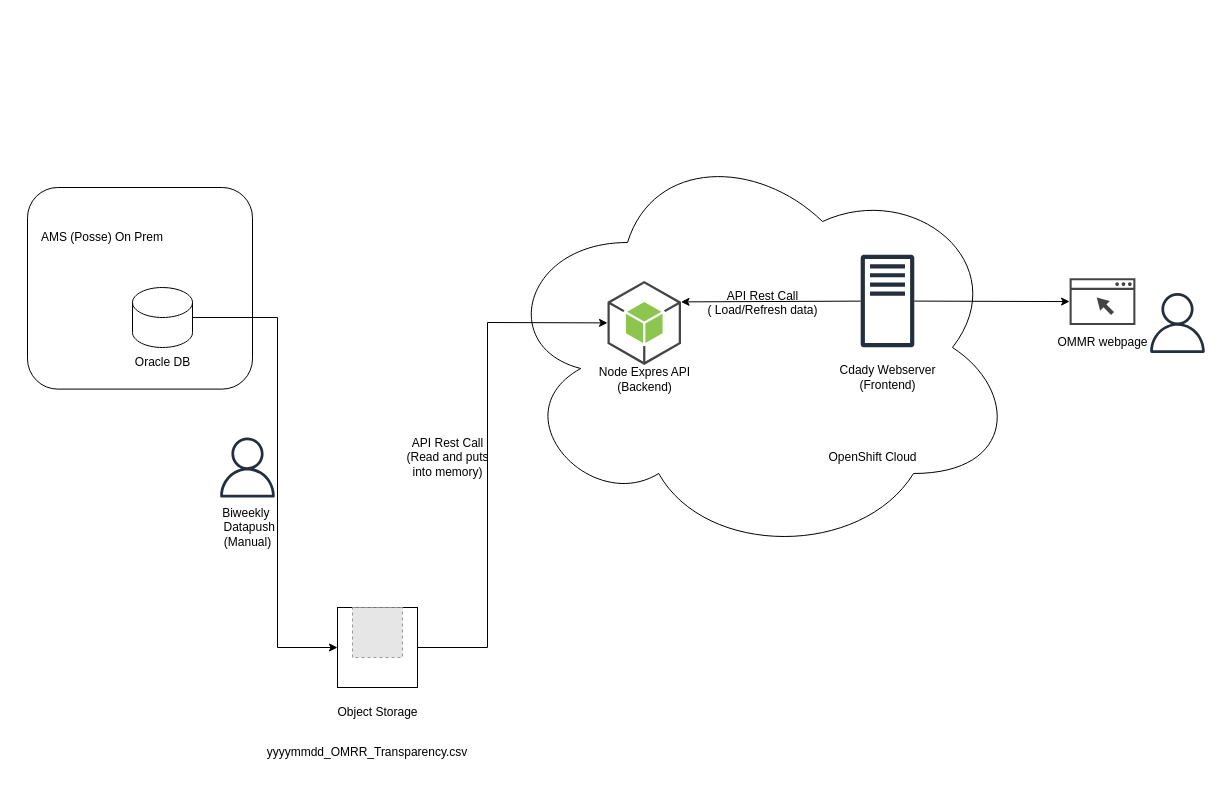
The draw.io diagram .diagrams/architecture/omrr.drawio in bcgov/nr-epd-organics-info, before the edit. Source tidied: cells renumbered, new cells numbered last; positions are measured from the earlier drawing's top-left corner, leaving out a move shared by most shapes. Both pictures are drawn from the tidied source at 100%, with x=0, y=0 at pixel (17, 137). Pictures stored in the file or linked from it are replaced by grey dashed boxes.
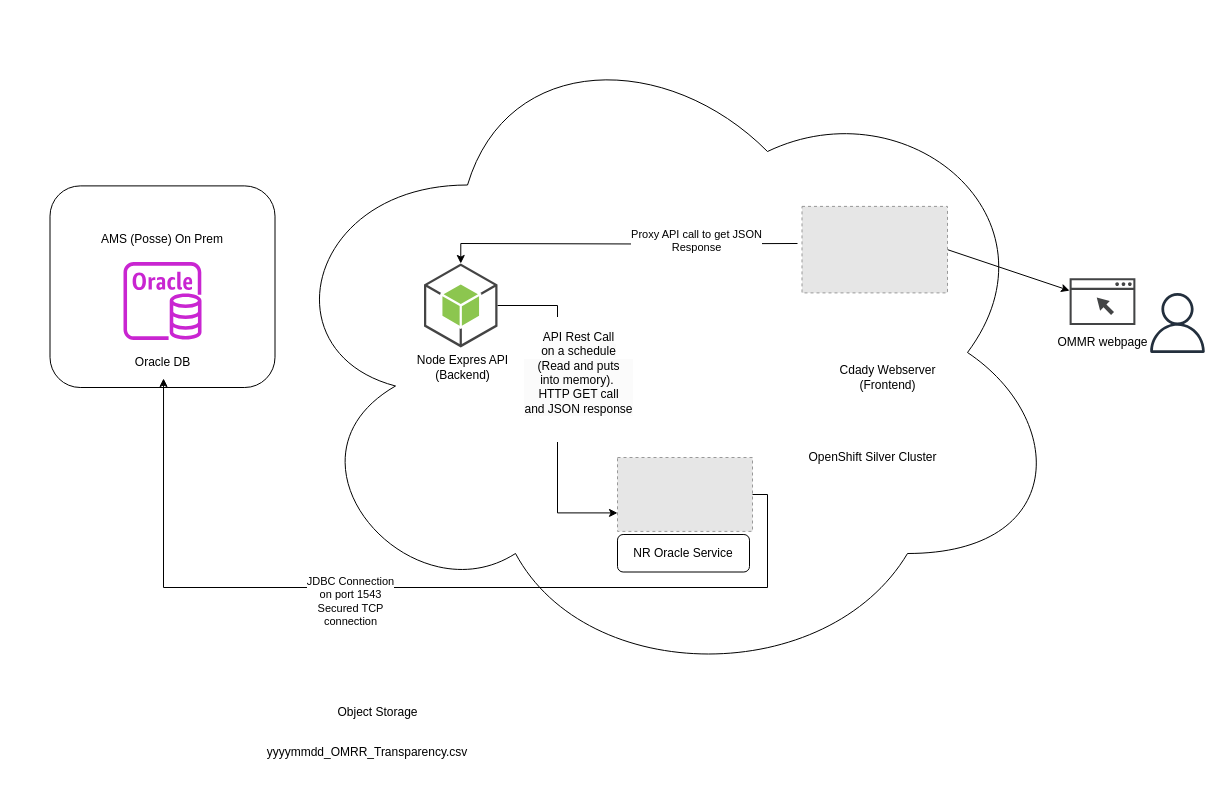
After the change.

Commit message (it also covers changes not shown here):
chore(docs): update diagrams to reflect current state. (#151)

Unchanged cells that the change refers to:
```xml
<mxCell id="9" value="Oracle DB" style="text;html=1;align=center;verticalAlign=middle;points=[];strokeColor=none;fillColor=none;" parent="1" vertex="1">
  <mxGeometry x="105" y="210" width="80" height="30" as="geometry" />
</mxCell>
<mxCell id="16" style="sketch=0;shadow=0;dashed=0;html=1;strokeColor=none;fillColor=#434445;labelPosition=center;verticalLabelPosition=bottom;verticalAlign=top;align=center;outlineConnect=0;shape=mxgraph.vvd.web_browser;" parent="1" vertex="1">
  <mxGeometry x="1052.1" y="140.8" width="65.8" height="46.8" as="geometry" />
</mxCell>
```

Change to the diagram source:
```diff
@@
     <mxCell id="2" style="rounded=1;whiteSpace=wrap;html=1;" parent="1" vertex="1">
-      <mxGeometry x="10" y="50" width="225" height="201.6" as="geometry" />
+      <mxGeometry x="32.5" y="48.4" width="225" height="201.6" as="geometry" />
     </mxCell>
-    <mxCell id="3" style="endArrow=classic;html=1;rounded=0;exitX=1;exitY=0.5;exitDx=0;exitDy=0;exitPerimeter=0;entryX=0;entryY=0.5;entryDx=0;entryDy=0;" parent="1" edge="1" source="20" target="4">
-      <mxGeometry relative="1" as="geometry">
-        <Array as="points">
-          <mxPoint x="260" y="180" />
-          <mxPoint x="260" y="510" />
-        </Array>
-      </mxGeometry>
-    </mxCell>
-    <mxCell id="4" style="whiteSpace=wrap;html=1;" parent="1" vertex="1">
-      <mxGeometry x="320" y="470" width="80" height="80" as="geometry" />
-    </mxCell>
     <mxCell id="5" style="ellipse;shape=cloud;whiteSpace=wrap;html=1;" parent="1" vertex="1">
-      <mxGeometry x="480" width="520" height="420" as="geometry" />
+      <mxGeometry x="250" y="-120" width="800" height="670" as="geometry" />
     </mxCell>
@@
-    <mxCell id="7" value="Biweekly&amp;nbsp;&lt;div&gt;&lt;span style=&quot;background-color: initial;&quot;&gt;&amp;nbsp;Datapush&lt;/span&gt;&lt;/div&gt;&lt;div&gt;&lt;span style=&quot;background-color: initial;&quot;&gt;(Manual)&lt;/span&gt;&lt;/div&gt;" style="text;html=1;align=center;verticalAlign=middle;strokeColor=none;fillColor=none;" parent="1" vertex="1">
-      <mxGeometry x="190" y="360" width="80" height="60" as="geometry" />
-    </mxCell>
-    <mxCell id="8" style="endArrow=classic;html=1;rounded=0;exitX=1;exitY=0.5;exitDx=0;exitDy=0;entryX=0;entryY=0.5;entryDx=0;entryDy=0;entryPerimeter=0;" parent="1" edge="1" source="4" target="22">
-      <mxGeometry relative="1" as="geometry">
-        <Array as="points">
-          <mxPoint x="470" y="510" />
-          <mxPoint x="470" y="185" />
-        </Array>
-      </mxGeometry>
-    </mxCell>
@@
     <mxCell id="10" value="Node Expres API&lt;div&gt;(Backend)&lt;/div&gt;" style="text;html=1;align=center;verticalAlign=middle;strokeColor=none;fillColor=none;" parent="1" vertex="1">
-      <mxGeometry x="571.8" y="222.4" width="110" height="40" as="geometry" />
+      <mxGeometry x="390" y="210" width="110" height="40" as="geometry" />
     </mxCell>
@@
     <mxCell id="12" value="AMS (Posse) On Prem" style="text;html=1;align=center;verticalAlign=middle;whiteSpace=wrap;rounded=0;" parent="1" vertex="1">
-      <mxGeometry y="85" width="170" height="30" as="geometry" />
+      <mxGeometry x="60" y="87" width="170" height="30" as="geometry" />
     </mxCell>
@@
-    <mxCell id="14" style="fillColor=#E6E6E6;strokeColor=#999999;dashed=1;html=1;verticalAlign=top;verticalLabelPosition=bottom;labelBackgroundColor=#ffffff;" parent="1" vertex="1">
-      <mxGeometry x="335" y="470" width="50" height="50" as="geometry" />
-    </mxCell>
-    <mxCell id="15" value="API Rest Call&lt;div&gt;&amp;nbsp;(&lt;span style=&quot;background-color: initial;&quot;&gt;Read and puts&amp;nbsp;&lt;/span&gt;&lt;/div&gt;&lt;div&gt;&lt;span style=&quot;background-color: initial;&quot;&gt;into memory)&lt;/span&gt;&lt;/div&gt;" style="text;html=1;align=center;verticalAlign=middle;strokeColor=none;fillColor=none;" parent="1" vertex="1">
-      <mxGeometry x="375" y="290" width="110" height="60" as="geometry" />
-    </mxCell>
@@
-    <mxCell id="17" style="sketch=0;outlineConnect=0;fontColor=#232F3E;gradientColor=none;fillColor=#232F3D;strokeColor=none;dashed=0;verticalLabelPosition=bottom;verticalAlign=top;align=center;html=1;fontSize=12;fontStyle=0;shape=mxgraph.aws4.traditional_server;" parent="1" vertex="1">
-      <mxGeometry x="843.2" y="117" width="53.6" height="93" as="geometry" />
-    </mxCell>
-    <mxCell id="18" style="endArrow=classic;html=1;rounded=0;" parent="1" edge="1" source="17" target="16">
+    <mxCell id="18" style="endArrow=classic;html=1;rounded=0;exitX=1;exitY=0.5;exitDx=0;exitDy=0;" parent="1" edge="1" source="36" target="16">
       <mxGeometry relative="1" as="geometry" />
     </mxCell>
@@
-    <mxCell id="20" style="shape=cylinder3;whiteSpace=wrap;html=1;boundedLbl=1;backgroundOutline=1;size=15;" parent="1" vertex="1">
-      <mxGeometry x="115" y="150" width="60" height="60" as="geometry" />
-    </mxCell>
-    <mxCell id="21" value="OpenShift Cloud" style="text;html=1;align=center;verticalAlign=middle;strokeColor=none;fillColor=none;" parent="1" vertex="1">
-      <mxGeometry x="800" y="305" width="110" height="30" as="geometry" />
+    <mxCell id="21" value="OpenShift Silver Cluster" style="text;html=1;align=center;verticalAlign=middle;strokeColor=none;fillColor=none;" parent="1" vertex="1">
+      <mxGeometry x="780" y="305" width="150" height="30" as="geometry" />
     </mxCell>
+    <mxCell id="27" style="edgeStyle=orthogonalEdgeStyle;rounded=0;jettySize=auto;html=1;entryX=0;entryY=0.75;entryDx=0;entryDy=0;" parent="1" edge="1" source="22" target="29">
+      <mxGeometry relative="1" as="geometry" />
+    </mxCell>
+    <mxCell id="28" value="&#10;&lt;span style=&quot;color: rgb(0, 0, 0); font-family: Helvetica; font-size: 12px; font-style: normal; font-variant-ligatures: normal; font-variant-caps: normal; font-weight: 400; letter-spacing: normal; orphans: 2; text-align: center; text-indent: 0px; text-transform: none; widows: 2; word-spacing: 0px; -webkit-text-stroke-width: 0px; white-space: nowrap; background-color: rgb(251, 251, 251); text-decoration-thickness: initial; text-decoration-style: initial; text-decoration-color: initial; display: inline !important; float: none;&quot;&gt;API Rest Call&lt;/span&gt;&lt;br style=&quot;forced-color-adjust: none; color: rgb(0, 0, 0); font-family: Helvetica; font-size: 12px; font-style: normal; font-variant-ligatures: normal; font-variant-caps: normal; font-weight: 400; letter-spacing: normal; orphans: 2; text-align: center; text-indent: 0px; text-transform: none; widows: 2; word-spacing: 0px; -webkit-text-stroke-width: 0px; white-space: nowrap; background-color: rgb(251, 251, 251); text-decoration-thickness: initial; text-decoration-style: initial; text-decoration-color: initial;&quot;&gt;&lt;span style=&quot;color: rgb(0, 0, 0); font-family: Helvetica; font-size: 12px; font-style: normal; font-variant-ligatures: normal; font-variant-caps: normal; font-weight: 400; letter-spacing: normal; orphans: 2; text-align: center; text-indent: 0px; text-transform: none; widows: 2; word-spacing: 0px; -webkit-text-stroke-width: 0px; white-space: nowrap; background-color: rgb(251, 251, 251); text-decoration-thickness: initial; text-decoration-style: initial; text-decoration-color: initial; display: inline !important; float: none;&quot;&gt;on a schedule&lt;/span&gt;&lt;div style=&quot;forced-color-adjust: none; color: rgb(0, 0, 0); font-family: Helvetica; font-size: 12px; font-style: normal; font-variant-ligatures: normal; font-variant-caps: normal; font-weight: 400; letter-spacing: normal; orphans: 2; text-align: center; text-indent: 0px; text-transform: none; widows: 2; word-spacing: 0px; -webkit-text-stroke-width: 0px; white-space: nowrap; background-color: rgb(251, 251, 251); text-decoration-thickness: initial; text-decoration-style: initial; text-decoration-color: initial;&quot;&gt;&amp;nbsp;(&lt;span style=&quot;forced-color-adjust: none; background-color: initial;&quot;&gt;Read and puts&amp;nbsp;&lt;/span&gt;&lt;/div&gt;&lt;div style=&quot;forced-color-adjust: none; color: rgb(0, 0, 0); font-family: Helvetica; font-size: 12px; font-style: normal; font-variant-ligatures: normal; font-variant-caps: normal; font-weight: 400; letter-spacing: normal; orphans: 2; text-align: center; text-indent: 0px; text-transform: none; widows: 2; word-spacing: 0px; -webkit-text-stroke-width: 0px; white-space: nowrap; background-color: rgb(251, 251, 251); text-decoration-thickness: initial; text-decoration-style: initial; text-decoration-color: initial;&quot;&gt;&lt;span style=&quot;forced-color-adjust: none; background-color: initial;&quot;&gt;into memory).&amp;nbsp;&lt;br style=&quot;forced-color-adjust: none;&quot;&gt;HTTP GET call&lt;br style=&quot;forced-color-adjust: none;&quot;&gt;and JSON response&lt;/span&gt;&lt;/div&gt;&#10;&#10;" style="edgeLabel;html=1;align=center;verticalAlign=middle;" parent="27" vertex="1">
+      <mxGeometry x="-0.08" y="2" relative="1" as="geometry">
+        <mxPoint x="18" y="-18" as="offset" />
+      </mxGeometry>
+    </mxCell>
     <mxCell id="22" style="outlineConnect=0;dashed=0;verticalLabelPosition=bottom;verticalAlign=top;align=center;html=1;shape=mxgraph.aws3.android;fillColor=#8CC64F;gradientColor=none;" parent="1" vertex="1">
-      <mxGeometry x="590" y="143.4" width="73.5" height="84" as="geometry" />
+      <mxGeometry x="406.5" y="126" width="73.5" height="84" as="geometry" />
     </mxCell>
-    <mxCell id="23" style="sketch=0;fontColor=#232F3E;gradientColor=none;fillColor=#232F3D;strokeColor=none;dashed=0;verticalLabelPosition=bottom;verticalAlign=top;align=center;html=1;fontSize=12;fontStyle=0;shape=mxgraph.aws4.user;" parent="1" vertex="1">
-      <mxGeometry x="200" y="300" width="60" height="60" as="geometry" />
-    </mxCell>
-    <mxCell id="24" style="endArrow=classic;html=1;rounded=0;entryX=1;entryY=0.25;entryDx=0;entryDy=0;entryPerimeter=0;" parent="1" edge="1" source="17" target="22">
-      <mxGeometry relative="1" as="geometry" />
-    </mxCell>
-    <mxCell id="25" value="API Rest Call&lt;div&gt;&amp;nbsp;( Load/Refresh data)&amp;nbsp;&lt;/div&gt;&lt;div&gt;&lt;br&gt;&lt;/div&gt;" style="text;html=1;align=center;verticalAlign=middle;strokeColor=none;fillColor=none;" parent="1" vertex="1">
-      <mxGeometry x="675" y="143.1" width="140" height="60" as="geometry" />
-    </mxCell>
@@
+    <mxCell id="29" style="fillColor=#E6E6E6;strokeColor=#999999;dashed=1;verticalLabelPosition=bottom;labelBackgroundColor=default;verticalAlign=top;" parent="1" vertex="1">
+      <mxGeometry x="600" y="320" width="135" height="73.9" as="geometry" />
+    </mxCell>
+    <mxCell id="30" value="NR Oracle Service" style="rounded=1;whiteSpace=wrap;html=1;" parent="1" vertex="1">
+      <mxGeometry x="600" y="397" width="132" height="37.5" as="geometry" />
+    </mxCell>
+    <mxCell id="31" style="edgeStyle=orthogonalEdgeStyle;rounded=0;jettySize=auto;html=1;entryX=0.5;entryY=0;entryDx=0;entryDy=0;entryPerimeter=0;" parent="1" edge="1" target="22">
+      <mxGeometry relative="1" as="geometry">
+        <mxPoint x="780" y="106" as="sourcePoint" />
+      </mxGeometry>
+    </mxCell>
+    <mxCell id="32" value="Proxy API call to get JSON&lt;br&gt;Response&lt;div&gt;&lt;br&gt;&lt;/div&gt;" style="edgeLabel;html=1;align=center;verticalAlign=middle;" parent="31" vertex="1">
+      <mxGeometry x="-0.43" y="3" relative="1" as="geometry" />
+    </mxCell>
+    <mxCell id="33" style="edgeStyle=orthogonalEdgeStyle;rounded=0;jettySize=auto;html=1;entryX=0.513;entryY=1.033;entryDx=0;entryDy=0;entryPerimeter=0;" parent="1" edge="1" source="29" target="9">
+      <mxGeometry relative="1" as="geometry">
+        <Array as="points">
+          <mxPoint x="750" y="357" />
+          <mxPoint x="750" y="450" />
+          <mxPoint x="146" y="450" />
+        </Array>
+      </mxGeometry>
+    </mxCell>
+    <mxCell id="34" value="JDBC Connection &lt;br&gt;on port 1543 &lt;br&gt;Secured TCP &lt;br&gt;connection" style="edgeLabel;html=1;align=center;verticalAlign=middle;" parent="33" vertex="1">
+      <mxGeometry x="-0.22" y="1" relative="1" as="geometry">
+        <mxPoint x="-167" y="12" as="offset" />
+      </mxGeometry>
+    </mxCell>
+    <mxCell id="35" style="sketch=0;fontColor=#232F3E;gradientColor=none;fillColor=#C925D1;strokeColor=none;dashed=0;verticalLabelPosition=bottom;verticalAlign=top;align=center;html=1;fontSize=12;fontStyle=0;shape=mxgraph.aws4.rds_oracle_instance;" parent="1" vertex="1">
+      <mxGeometry x="106" y="124.5" width="78" height="78" as="geometry" />
+    </mxCell>
+    <mxCell id="36" style="fillColor=#E6E6E6;strokeColor=#999999;dashed=1;verticalLabelPosition=bottom;labelBackgroundColor=default;verticalAlign=top;" parent="1" vertex="1">
+      <mxGeometry x="784.5" y="68.9" width="145.5" height="86.5" as="geometry" />
+    </mxCell>
```
